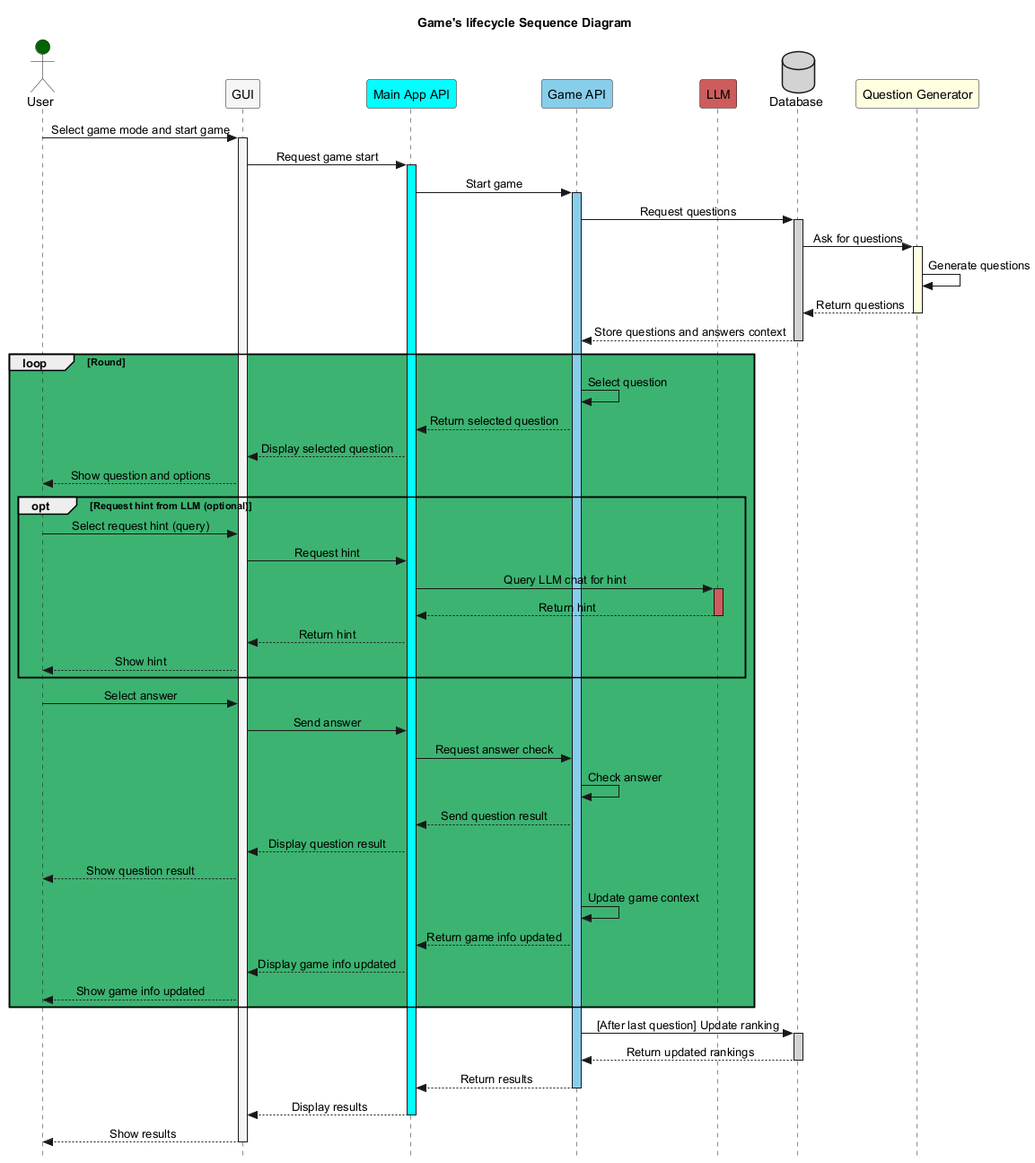
Earlier version of the PlantUML export images/Sequential diagram representing the interaction in a game session.png (Arquisoft/wichat_en1a).
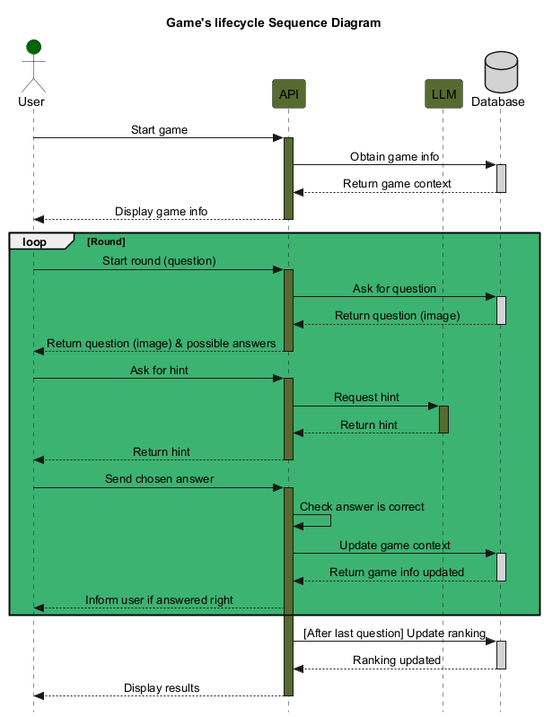
The same file after the commit.

Change to the diagram source:
```diff
@@ -2,66 +2,51 @@
 title Game's lifecycle Sequence Diagram
 
 actor User #DarkGreen
-participant GUI as "GUI" #WhiteSmoke
-participant mainAPI as "Main App API" #Aqua
-participant gameAPI as "Game API" #SkyBlue
-participant LLM as "LLM" #IndianRed
+participant API as "API" #DarkOliveGreen
+participant LLM as "LLM" #DarkOliveGreen
 database DB as "Database" #LightGray
-participant QG as "Question Generator" #LightYellow
 
 skinparam Style strictuml
 skinparam SequenceMessageAlignment center
 
-User -> GUI : Select game mode and start game
-activate GUI #WhiteSmoke
-GUI -> mainAPI : Request game start
-activate mainAPI #Aqua
-mainAPI -> gameAPI : Start game
-activate gameAPI #SkyBlue
-gameAPI -> DB : Request questions
+User -> API : Start game
+activate API #DarkOliveGreen
+API -> DB : Obtain game info
 activate DB #LightGray
-DB -> QG : Ask for questions
-activate QG #LightYellow
-QG -> QG : Generate questions
-QG --> DB : Return questions
-deactivate QG
-DB --> gameAPI : Store questions and answers context
+DB --> API : Return game context
 deactivate DB
+API --> User : Display game info
+deactivate API
 loop #MediumSeaGreen Round
-    gameAPI -> gameAPI : Select question
-    gameAPI --> mainAPI : Return selected question
-    mainAPI --> GUI : Display selected question
-    GUI --> User : Show question and options
-    opt Request hint from LLM (optional)
-        User -> GUI : Select request hint (query)
-        GUI -> mainAPI : Request hint
-        mainAPI -> LLM : Query LLM chat for hint
-        activate LLM #IndianRed
-        LLM --> mainAPI : Return hint
-        deactivate LLM
-        mainAPI --> GUI : Return hint
-        GUI --> User : Show hint
-    end
-    User -> GUI : Select answer
-    GUI -> mainAPI : Send answer
-    mainAPI -> gameAPI : Request answer check
-    gameAPI -> gameAPI : Check answer
-    gameAPI --> mainAPI : Send question result
-    mainAPI --> GUI : Display question result
-    GUI --> User : Show question result
-    gameAPI -> gameAPI : Update game context
-    gameAPI --> mainAPI : Return game info updated
-    mainAPI --> GUI : Display game info updated
-    GUI --> User : Show game info updated
+    User -> API : Start round (question)
+    activate API #DarkOliveGreen
+    API -> DB : Ask for question
+    activate DB  #LightGray
+    DB --> API : Return question (image)
+    deactivate DB
+    API --> User : Return question (image) & possible answers
+    deactivate API
+    User -> API: Ask for hint
+    activate API #DarkOliveGreen
+    API -> LLM : Request hint
+    activate LLM #DarkOliveGreen
+    LLM --> API : Return hint
+    deactivate LLM
+    API --> User : Return hint
+    deactivate API
+    User -> API : Send chosen answer
+    activate API #DarkOliveGreen
+    API -> API : Check answer is correct
+    API -> DB : Update game context
+    activate DB #LightGray
+    DB --> API : Return game info updated
+    deactivate DB
+    API --> User : Inform user if answered right
 end loop Round
-gameAPI -> DB : [After last question] Update ranking
+API -> DB : [After last question] Update ranking
 activate DB #LightGray
-DB --> gameAPI : Return updated rankings
+DB --> API : Ranking updated
 deactivate DB
-gameAPI --> mainAPI : Return results
-deactivate gameAPI
-mainAPI --> GUI : Display results
-deactivate mainAPI
-GUI --> User : Show results
-deactivate GUI
+API --> User : Display results
+deactivate API
 @enduml
```
